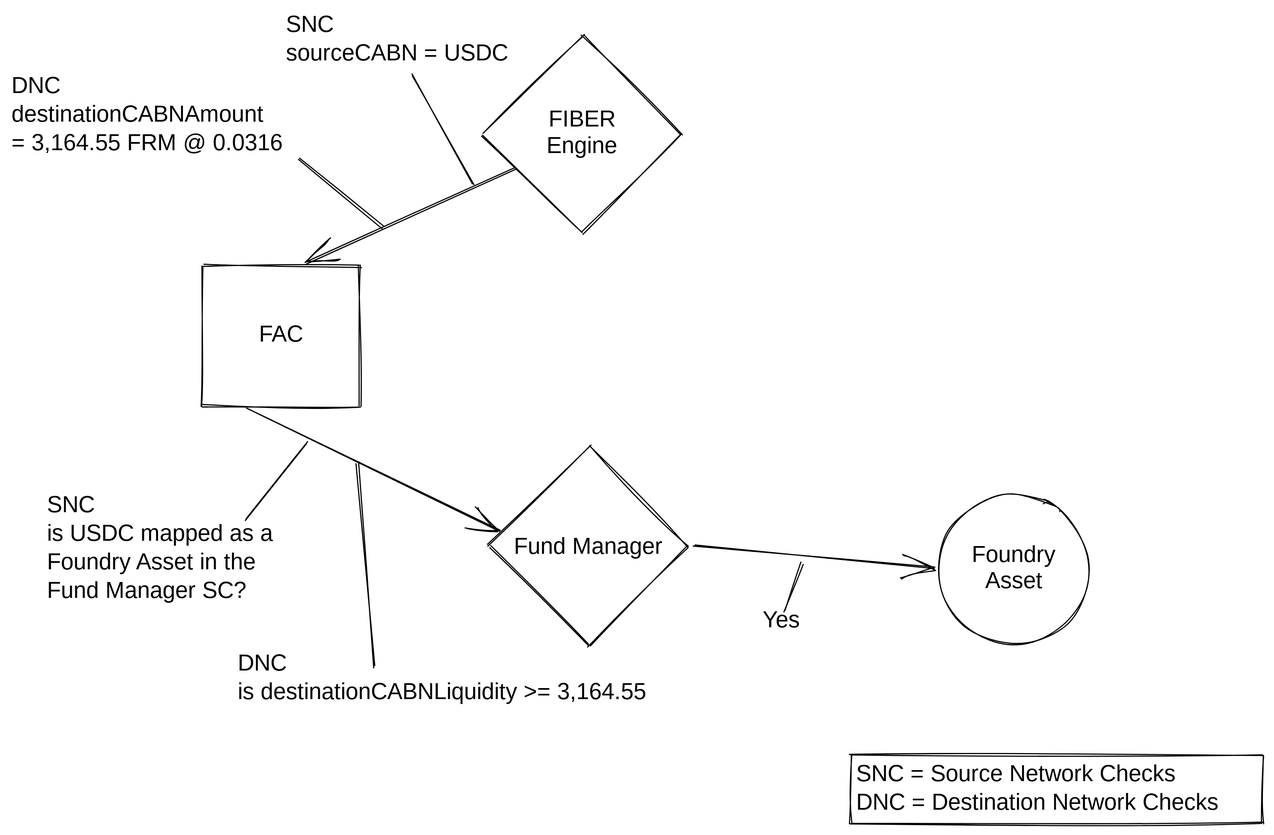
ferrumnet/ferrum-network-multiSwap-and-bridge-architecture keeps this Excalidraw diagram as .gitbook/assets/file.drawing.svg. Above is the earlier version. Source tidied: one line per element, renumbered; positions are measured from the earlier drawing's top-left corner, leaving out a move shared by most shapes.
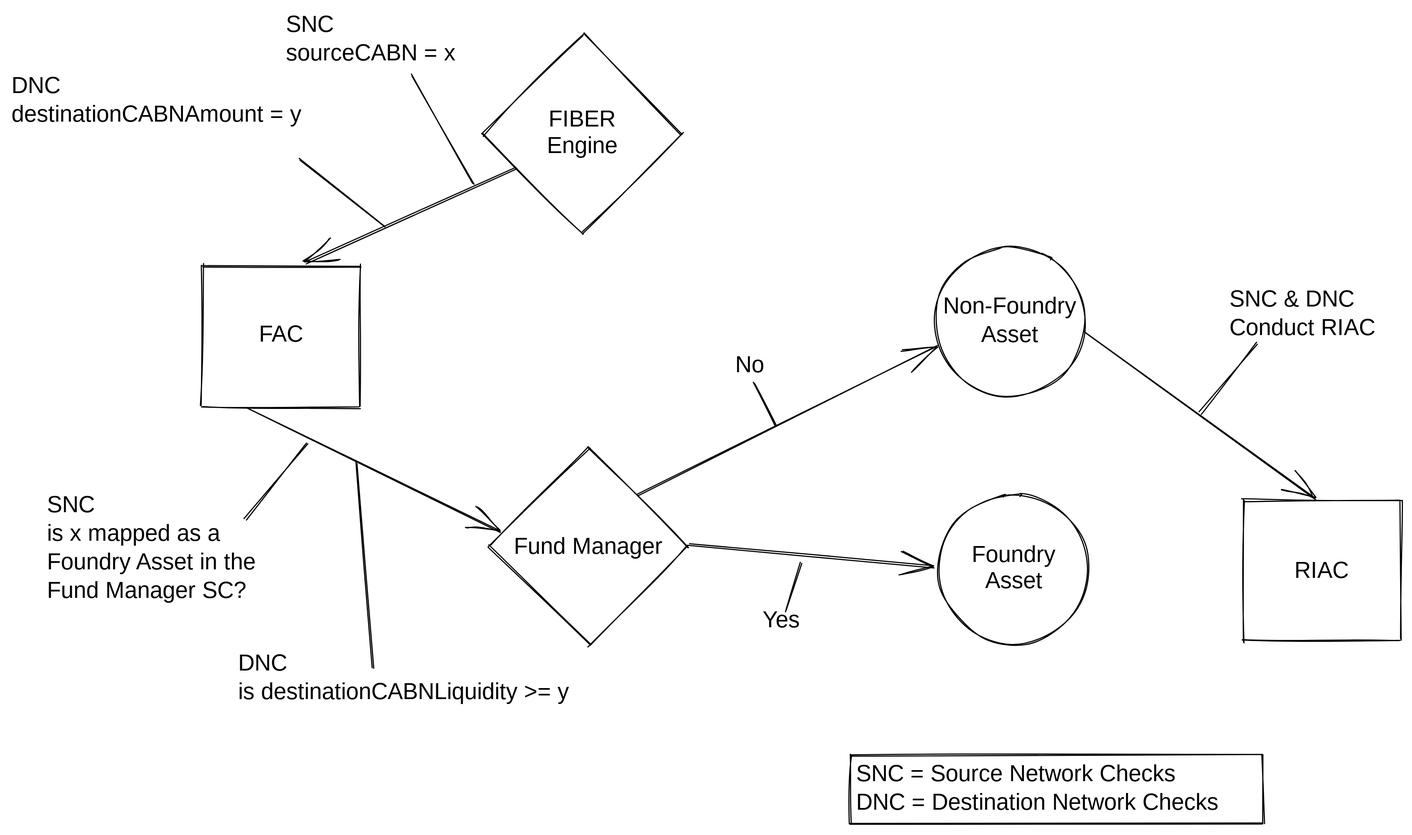
The same diagram one commit later.

The edit, as a diff of the source:
```diff
@@ -1,23 +1,33 @@
-{"id": 0, "type": "diamond", "strokeColor": "#000000", "strokeWidth": 1, "roughness": 1, "x": 412, "y": 21, "width": 174, "height": 174}
-{"id": 1, "type": "diamond", "strokeColor": "#000000", "strokeWidth": 1, "roughness": 1, "x": 417, "y": 381, "width": 174, "height": 174}
+{"id": 23, "type": "diamond", "strokeColor": "#000000", "strokeWidth": 1, "roughness": 1, "x": 412, "y": 21, "width": 174, "height": 174}
+{"id": 24, "type": "diamond", "strokeColor": "#000000", "strokeWidth": 1, "roughness": 1, "x": 417, "y": 381, "width": 174, "height": 174}
-{"id": 2, "type": "text", "text": "FIBER\nEngine", "strokeColor": "#000000", "strokeWidth": 1, "roughness": 1, "fontSize": 20, "fontFamily": 1, "textAlign": "center", "verticalAlign": "middle", "inside": 0, "x": 417, "y": 84, "width": 164, "height": 46}
+{"id": 2, "type": "text", "text": "FIBER\nEngine", "strokeColor": "#000000", "strokeWidth": 1, "roughness": 1, "fontSize": 20, "fontFamily": 1, "textAlign": "center", "verticalAlign": "middle", "inside": 23, "x": 417, "y": 84, "width": 164, "height": 46}
-{"id": 3, "type": "text", "text": "Fund Manager", "strokeColor": "#000000", "strokeWidth": 1, "roughness": 1, "fontSize": 20, "fontFamily": 1, "textAlign": "center", "verticalAlign": "middle", "inside": 1, "x": 422, "y": 457, "width": 164, "height": 25}
+{"id": 3, "type": "text", "text": "Fund Manager", "strokeColor": "#000000", "strokeWidth": 1, "roughness": 1, "fontSize": 20, "fontFamily": 1, "textAlign": "center", "verticalAlign": "middle", "inside": 24, "x": 422, "y": 457, "width": 164, "height": 25}
-{"id": 4, "type": "rectangle", "strokeColor": "#000000", "strokeWidth": 1, "roughness": 1, "x": 167, "y": 222, "width": 138, "height": 124}
+{"id": 25, "type": "rectangle", "strokeColor": "#000000", "strokeWidth": 1, "roughness": 1, "x": 167, "y": 222, "width": 138, "height": 124}
+{"id": 26, "type": "rectangle", "strokeColor": "#000000", "strokeWidth": 1, "roughness": 1, "x": 1077, "y": 427, "width": 138, "height": 124}
-{"id": 5, "type": "text", "text": "FAC", "strokeColor": "#000000", "strokeWidth": 1, "roughness": 1, "fontSize": 20, "fontFamily": 1, "textAlign": "center", "verticalAlign": "middle", "inside": 4, "x": 172, "y": 272, "width": 128, "height": 23}
+{"id": 5, "type": "text", "text": "FAC", "strokeColor": "#000000", "strokeWidth": 1, "roughness": 1, "fontSize": 20, "fontFamily": 1, "textAlign": "center", "verticalAlign": "middle", "inside": 25, "x": 172, "y": 272, "width": 128, "height": 23}
-{"id": 6, "type": "arrow", "strokeColor": "#000000", "strokeWidth": 1, "roughness": 1, "endArrowhead": "arrow", "from": 0, "to": 4, "x": 441, "y": 138, "width": 184, "height": 82, "points": [[0, 0], [-184, 82]]}
-{"id": 7, "type": "text", "text": "SNC\nsourceCABN = USDC", "strokeColor": "#000000", "strokeWidth": 1, "roughness": 1, "fontSize": 20, "fontFamily": 1, "x": 240, "y": 0, "width": 205, "height": 50}
-{"id": 8, "type": "line", "strokeColor": "#000000", "strokeWidth": 1, "roughness": 1, "x": 404, "y": 151, "width": 55, "height": 95, "points": [[0, 0], [-55, -95]]}
-{"id": 9, "type": "arrow", "strokeColor": "#000000", "strokeWidth": 1, "roughness": 1, "endArrowhead": "arrow", "from": 4, "to": 1, "x": 206, "y": 346, "width": 221, "height": 109, "points": [[0, 0], [221, 109]]}
-{"id": 10, "type": "text", "text": "SNC\nis USDC mapped as a\nFoundry Asset in the\nFund Manager SC?", "strokeColor": "#000000", "strokeWidth": 1, "roughness": 1, "fontSize": 20, "fontFamily": 1, "x": 31, "y": 420, "width": 216, "height": 100}
-{"id": 11, "type": "line", "strokeColor": "#000000", "strokeWidth": 1, "roughness": 1, "x": 259, "y": 378, "width": 54, "height": 67, "points": [[0, 0], [-54, 67]]}
-{"id": 12, "type": "ellipse", "strokeColor": "#000000", "strokeWidth": 1, "roughness": 1, "x": 811, "y": 423, "width": 131, "height": 131}
+{"id": 27, "type": "text", "text": "RIAC", "strokeColor": "#000000", "strokeWidth": 1, "roughness": 1, "fontSize": 20, "fontFamily": 1, "textAlign": "center", "verticalAlign": "middle", "inside": 26, "x": 1082, "y": 478, "width": 128, "height": 25}
+{"id": 28, "type": "arrow", "strokeColor": "#000000", "strokeWidth": 1, "roughness": 1, "endArrowhead": "arrow", "from": 23, "to": 25, "x": 441, "y": 138, "width": 184, "height": 82, "points": [[0, 0], [-184, 82]]}
+{"id": 29, "type": "text", "text": "SNC\nsourceCABN = x", "strokeColor": "#000000", "strokeWidth": 1, "roughness": 1, "fontSize": 20, "fontFamily": 1, "x": 240, "y": 0, "width": 161, "height": 50}
+{"id": 30, "type": "line", "strokeColor": "#000000", "strokeWidth": 1, "roughness": 1, "x": 404, "y": 151, "width": 55, "height": 95, "points": [[0, 0], [-55, -95]]}
+{"id": 31, "type": "arrow", "strokeColor": "#000000", "strokeWidth": 1, "roughness": 1, "endArrowhead": "arrow", "from": 25, "to": 24, "x": 206, "y": 346, "width": 221, "height": 109, "points": [[0, 0], [221, 109]]}
+{"id": 32, "type": "text", "text": "SNC\nis x mapped as a\nFoundry Asset in the\nFund Manager SC?", "strokeColor": "#000000", "strokeWidth": 1, "roughness": 1, "fontSize": 20, "fontFamily": 1, "x": 31, "y": 420, "width": 206, "height": 100}
+{"id": 33, "type": "line", "strokeColor": "#000000", "strokeWidth": 1, "roughness": 1, "x": 258, "y": 378, "width": 54, "height": 67, "points": [[0, 0], [-54, 67]]}
+{"id": 34, "type": "ellipse", "strokeColor": "#000000", "strokeWidth": 1, "roughness": 1, "x": 811, "y": 423, "width": 131, "height": 131}
+{"id": 35, "type": "ellipse", "strokeColor": "#000000", "strokeWidth": 1, "roughness": 1, "x": 807, "y": 206, "width": 131, "height": 131}
-{"id": 13, "type": "text", "text": "Foundry\nAsset", "strokeColor": "#000000", "strokeWidth": 1, "roughness": 1, "fontSize": 20, "fontFamily": 1, "textAlign": "center", "verticalAlign": "middle", "inside": 12, "x": 816, "y": 465, "width": 121, "height": 46}
+{"id": 13, "type": "text", "text": "Foundry\nAsset", "strokeColor": "#000000", "strokeWidth": 1, "roughness": 1, "fontSize": 20, "fontFamily": 1, "textAlign": "center", "verticalAlign": "middle", "inside": 34, "x": 816, "y": 465, "width": 121, "height": 46}
-{"id": 14, "type": "arrow", "strokeColor": "#000000", "strokeWidth": 1, "roughness": 1, "endArrowhead": "arrow", "from": 1, "to": 12, "x": 597, "y": 468, "width": 209, "height": 19, "points": [[0, 0], [209, 19]]}
+{"id": 36, "type": "text", "text": "Non-Foundry\nAsset", "strokeColor": "#000000", "strokeWidth": 1, "roughness": 1, "fontSize": 20, "fontFamily": 1, "textAlign": "center", "verticalAlign": "middle", "inside": 35, "x": 812, "y": 246, "width": 121, "height": 50}
+{"id": 37, "type": "arrow", "strokeColor": "#000000", "strokeWidth": 1, "roughness": 1, "endArrowhead": "arrow", "from": 24, "to": 34, "x": 591, "y": 468, "width": 215, "height": 19, "points": [[0, 0], [215, 19]]}
 {"id": 15, "type": "text", "text": "Yes", "strokeColor": "#000000", "strokeWidth": 1, "roughness": 1, "fontSize": 20, "fontFamily": 1, "textAlign": "center", "x": 657, "y": 521, "width": 33, "height": 25}
-{"id": 16, "type": "line", "strokeColor": "#000000", "strokeWidth": 1, "roughness": 1, "x": 691, "y": 483, "width": 14, "height": 41, "points": [[0, 0], [-14, 41]]}
-{"id": 17, "type": "text", "text": "DNC\ndestinationCABNAmount\n= 3,164.55 FRM @ 0.0316", "strokeColor": "#000000", "strokeWidth": 1, "roughness": 1, "fontSize": 20, "fontFamily": 1, "x": 0, "y": 54, "width": 255, "height": 75}
-{"id": 18, "type": "text", "text": "DNC\nis destinationCABNLiquidity >= 3,164.55", "strokeColor": "#000000", "strokeWidth": 1, "roughness": 1, "fontSize": 20, "fontFamily": 1, "x": 198, "y": 559, "width": 389, "height": 50}
-{"id": 19, "type": "line", "strokeColor": "#000000", "strokeWidth": 1, "roughness": 1, "x": 317, "y": 574, "width": 15, "height": 178, "points": [[0, 0], [-15, -178]]}
-{"id": 20, "type": "line", "strokeColor": "#000000", "strokeWidth": 1, "roughness": 1, "x": 325, "y": 189, "width": 74, "height": 59, "points": [[0, 0], [-74, -59]]}
-{"id": 21, "type": "rectangle", "strokeColor": "#000000", "strokeWidth": 1, "roughness": 1, "x": 734, "y": 651, "width": 360, "height": 60}
+{"id": 38, "type": "line", "strokeColor": "#000000", "strokeWidth": 1, "roughness": 1, "x": 691, "y": 483, "width": 14, "height": 41, "points": [[0, 0], [-14, 41]]}
+{"id": 39, "type": "text", "text": "DNC\ndestinationCABNAmount = y", "strokeColor": "#000000", "strokeWidth": 1, "roughness": 1, "fontSize": 20, "fontFamily": 1, "x": 0, "y": 53, "width": 273, "height": 50}
+{"id": 40, "type": "text", "text": "DNC\nis destinationCABNLiquidity >= y", "strokeColor": "#000000", "strokeWidth": 1, "roughness": 1, "fontSize": 20, "fontFamily": 1, "x": 198, "y": 559, "width": 318, "height": 50}
+{"id": 41, "type": "line", "strokeColor": "#000000", "strokeWidth": 1, "roughness": 1, "x": 317, "y": 574, "width": 15, "height": 178, "points": [[0, 0], [-15, -178]]}
+{"id": 42, "type": "line", "strokeColor": "#000000", "strokeWidth": 1, "roughness": 1, "x": 325, "y": 189, "width": 74, "height": 59, "points": [[0, 0], [-74, -59]]}
+{"id": 43, "type": "rectangle", "strokeColor": "#000000", "strokeWidth": 1, "roughness": 1, "x": 734, "y": 651, "width": 360, "height": 60}
-{"id": 22, "type": "text", "text": "SNC = Source Network Checks\nDNC = Destination Network Checks", "strokeColor": "#000000", "strokeWidth": 1, "roughness": 1, "fontSize": 20, "fontFamily": 1, "inside": 21, "x": 739, "y": 656, "width": 350, "height": 50}
+{"id": 22, "type": "text", "text": "SNC = Source Network Checks\nDNC = Destination Network Checks", "strokeColor": "#000000", "strokeWidth": 1, "roughness": 1, "fontSize": 20, "fontFamily": 1, "inside": 43, "x": 739, "y": 656, "width": 350, "height": 50}
+{"id": 44, "type": "arrow", "strokeColor": "#000000", "strokeWidth": 1, "roughness": 1, "endArrowhead": "arrow", "from": 24, "to": 35, "x": 548, "y": 424, "width": 262, "height": 130, "points": [[0, 0], [262, -130]]}
+{"id": 45, "type": "text", "text": "No", "strokeColor": "#000000", "strokeWidth": 1, "roughness": 1, "fontSize": 20, "fontFamily": 1, "x": 633, "y": 298, "width": 25, "height": 25}
+{"id": 46, "type": "line", "strokeColor": "#000000", "strokeWidth": 1, "roughness": 1, "x": 649, "y": 325, "width": 19, "height": 38, "points": [[0, 0], [19, 38]]}
+{"id": 47, "type": "arrow", "strokeColor": "#000000", "strokeWidth": 1, "roughness": 1, "endArrowhead": "arrow", "from": 35, "to": 26, "x": 939, "y": 282, "width": 200, "height": 145, "points": [[0, 0], [200, 145]]}
+{"id": 48, "type": "text", "text": "SNC & DNC\nConduct RIAC", "strokeColor": "#000000", "strokeWidth": 1, "roughness": 1, "fontSize": 20, "fontFamily": 1, "x": 1065, "y": 240, "width": 139, "height": 50}
+{"id": 49, "type": "line", "strokeColor": "#000000", "strokeWidth": 1, "roughness": 1, "x": 1039, "y": 351, "width": 50, "height": 60, "points": [[0, 0], [50, -60]]}
```
